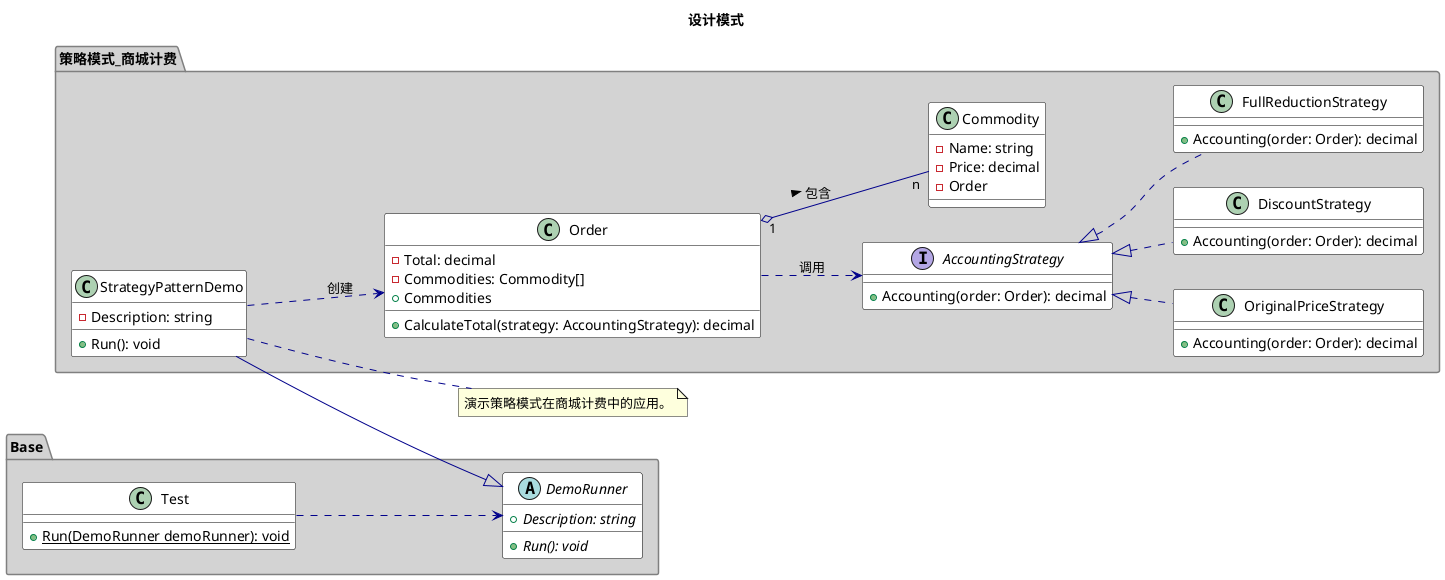
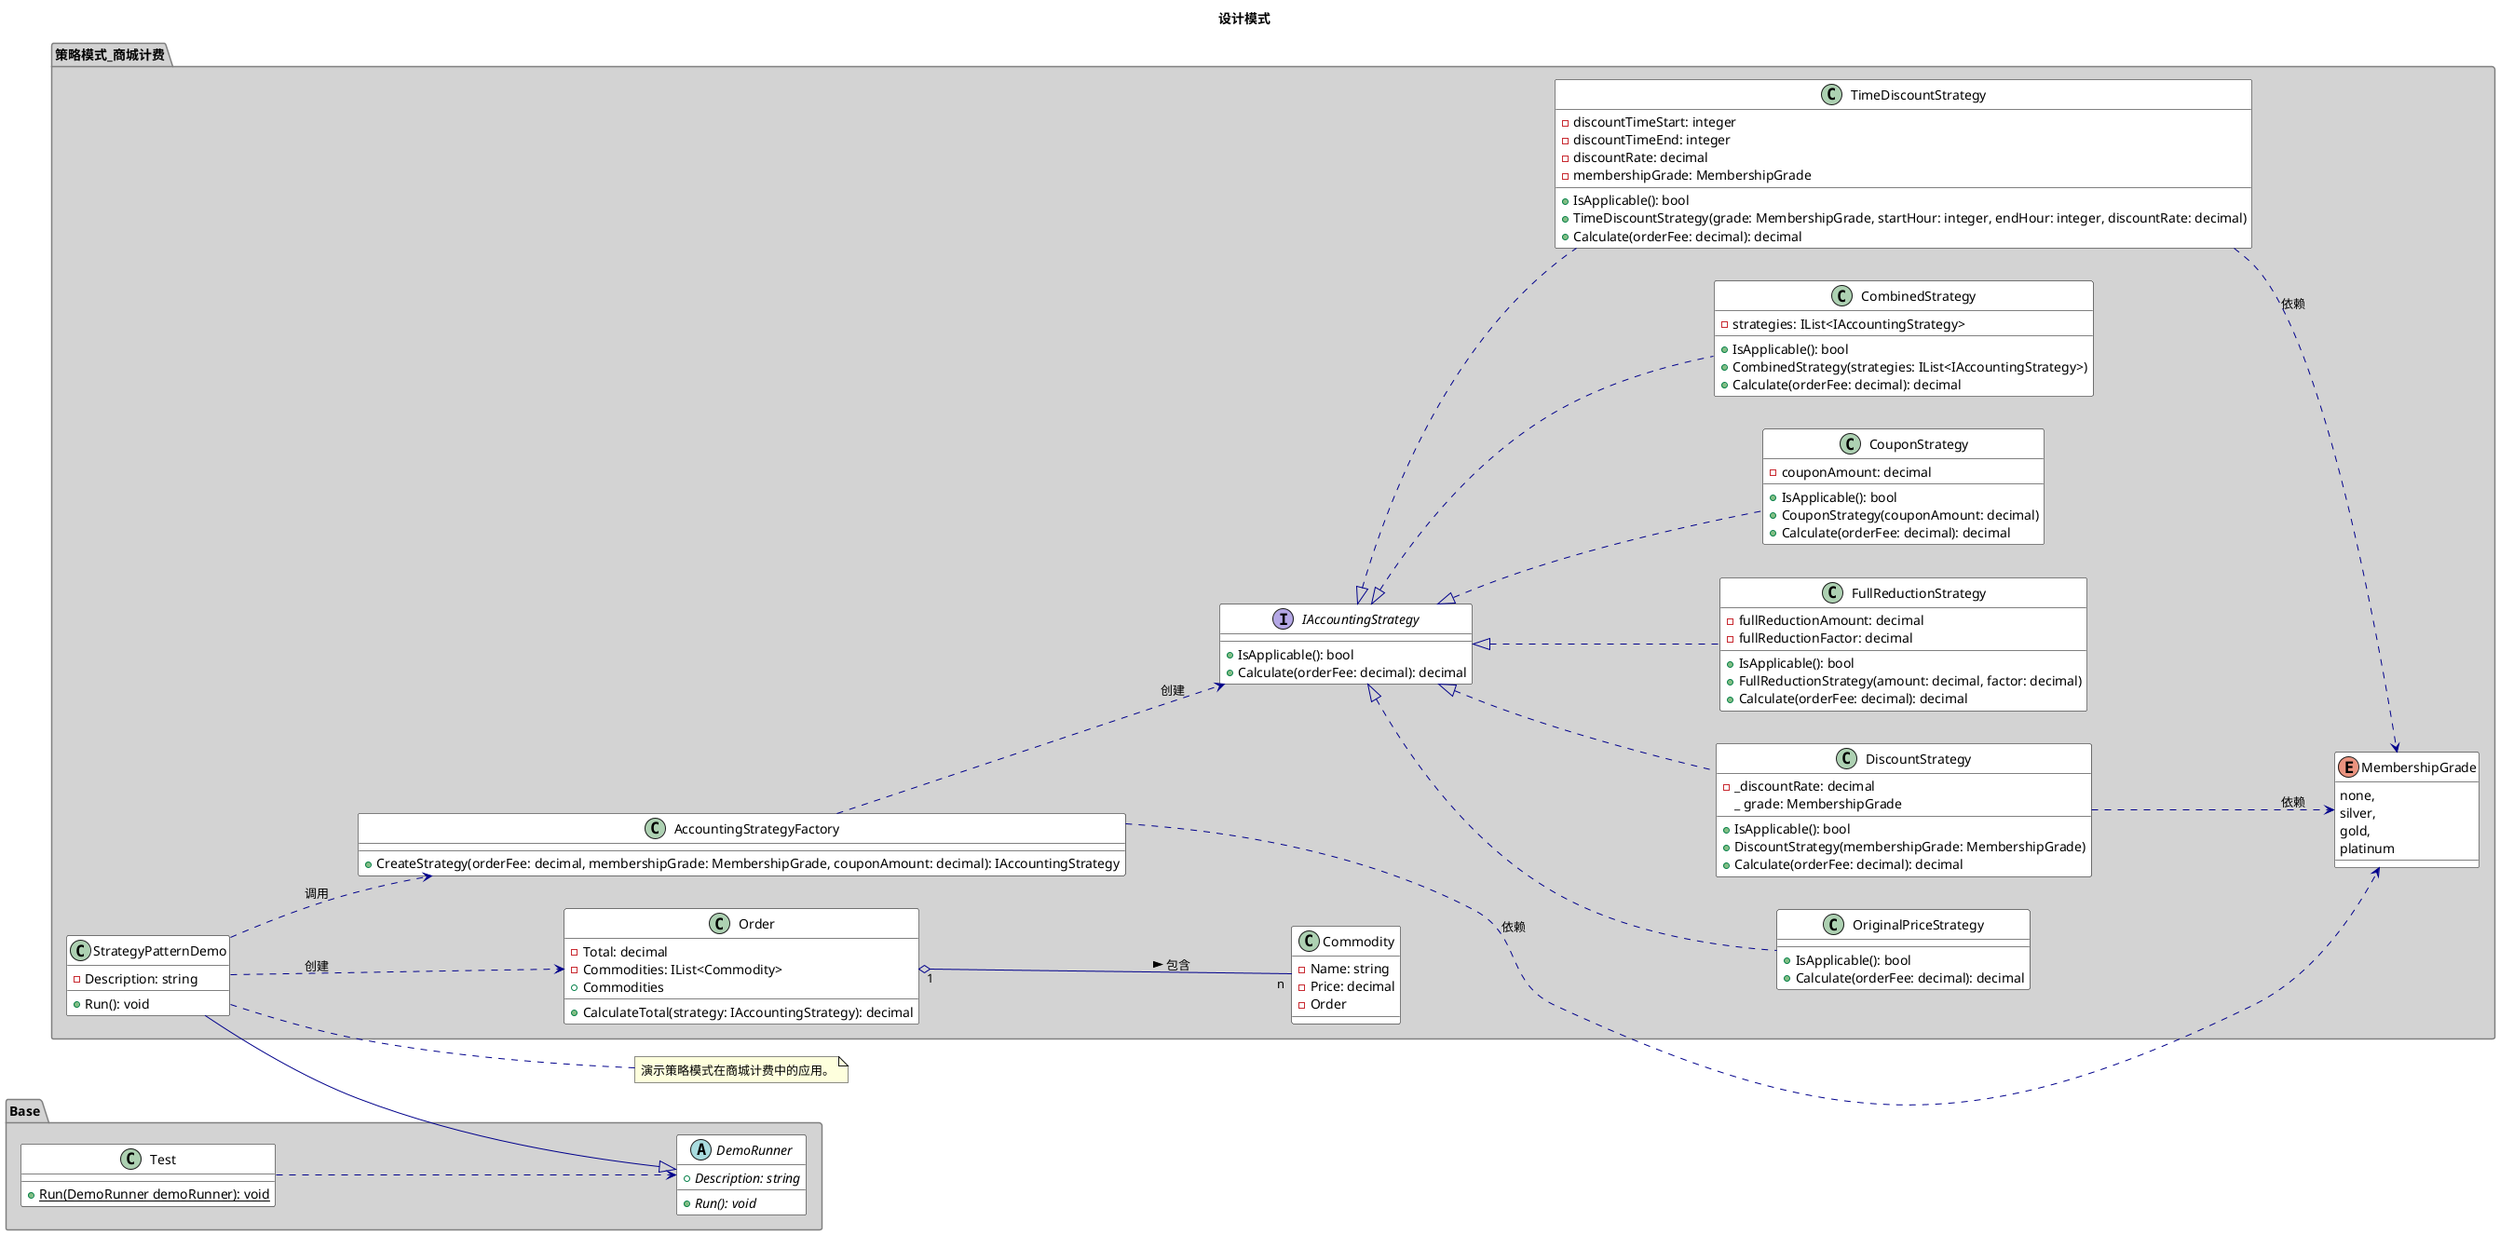
@startuml dd
' ===== 样式与布局 =====
title 设计模式
left to right direction

skinparam class {
    BackgroundColor White
    BorderColor Black
    ArrowColor DarkBlue
}
skinparam package {
    BackgroundColor LightGray
    BorderColor Gray
    FontColor Black
}
skinparam interface {
    BackgroundColor PaleGoldenRod
    BorderColor DarkGoldenRod
}


' ===== 基础包 =====
package "Base" {
    abstract class DemoRunner {
        + {abstract} Description: string
        + {abstract} Run(): void
    }

    class Test {
        + {static} Run(DemoRunner demoRunner): void
    }
}

+ ' 静态方法的依赖
+ Test ..> DemoRunner
+ 
' ===== 策略模式包 =====
package "策略模式_商城计费" {
    ' 策略接口
-     interface AccountingStrategy {
-         + Accounting(order: Order): decimal
+     enum MembershipGrade
+     {
+         none,
+         silver,
+         gold,
+         platinum
+     }
+ 
+     interface IAccountingStrategy {
+         + IsApplicable(): bool
+         + Calculate(orderFee: decimal): decimal
    }

    ' 具体策略
    class OriginalPriceStrategy {
-         + Accounting(order: Order): decimal
+         + IsApplicable(): bool
+         + Calculate(orderFee: decimal): decimal
    }

    class DiscountStrategy {
-         + Accounting(order: Order): decimal
+         - _discountRate: decimal
+         _ grade: MembershipGrade
+         + IsApplicable(): bool
+         + DiscountStrategy(membershipGrade: MembershipGrade)
+         + Calculate(orderFee: decimal): decimal
    }

    class FullReductionStrategy {
-         + Accounting(order: Order): decimal
+         - fullReductionAmount: decimal
+         - fullReductionFactor: decimal
+         + IsApplicable(): bool
+         + FullReductionStrategy(amount: decimal, factor: decimal)
+         + Calculate(orderFee: decimal): decimal
+     }
+ 
+     class CouponStrategy {
+         - couponAmount: decimal
+         + IsApplicable(): bool
+         + CouponStrategy(couponAmount: decimal)
+         + Calculate(orderFee: decimal): decimal
+     }
+ 
+     class CombinedStrategy {
+         - strategies: IList<IAccountingStrategy>
+         + IsApplicable(): bool
+         + CombinedStrategy(strategies: IList<IAccountingStrategy>)
+         + Calculate(orderFee: decimal): decimal
+     }
+ 
+     class TimeDiscountStrategy {
+         - discountTimeStart: integer
+         - discountTimeEnd: integer
+         - discountRate: decimal
+         - membershipGrade: MembershipGrade
+         + IsApplicable(): bool
+         + TimeDiscountStrategy(grade: MembershipGrade, startHour: integer, endHour: integer, discountRate: decimal)
+         + Calculate(orderFee: decimal): decimal
    }

    ' 订单与商品
    class Order {
        - Total: decimal
-         - Commodities: Commodity[]
-         + CalculateTotal(strategy: AccountingStrategy): decimal
+         - Commodities: IList<Commodity>
+         + CalculateTotal(strategy: IAccountingStrategy): decimal
    }

    class Commodity {
        - Name: string
        - Price: decimal
    }

    ' 演示类
    class StrategyPatternDemo {
        - Description: string
        + Run(): void
    }
+ 
+     ' 工厂类
+     class AccountingStrategyFactory {
+         + CreateStrategy(orderFee: decimal, membershipGrade: MembershipGrade, couponAmount: decimal): IAccountingStrategy
+     }
}

- ' ===== 关系定义 =====
+ ' ===== 策略模式关系定义 =====
' 聚合关系
Order "1" o-- "n" Commodity : 包含 >
' 关联端角色（可选，用于明确双向关系）
Order : +Commodities
Commodity : -Order

' 策略接口实现
- AccountingStrategy <|.. OriginalPriceStrategy
- AccountingStrategy <|.. DiscountStrategy
- AccountingStrategy <|.. FullReductionStrategy
+ IAccountingStrategy <|.. OriginalPriceStrategy
+ IAccountingStrategy <|.. DiscountStrategy
+ IAccountingStrategy <|.. FullReductionStrategy
+ IAccountingStrategy <|.. CouponStrategy
+ IAccountingStrategy <|.. CombinedStrategy
+ IAccountingStrategy <|.. TimeDiscountStrategy

' 继承与依赖
StrategyPatternDemo --|> DemoRunner
StrategyPatternDemo ..> Order : 创建
- Order ..> AccountingStrategy : 调用
- 
- ' 静态方法的依赖
- Test ..> DemoRunner
+ StrategyPatternDemo ..> AccountingStrategyFactory : 调用
+ AccountingStrategyFactory ..> IAccountingStrategy : 创建
+ DiscountStrategy ..> MembershipGrade : 依赖
+ TimeDiscountStrategy ..> MembershipGrade : 依赖
+ AccountingStrategyFactory ..> MembershipGrade : 依赖

' ===== 说明注释 =====
note right of StrategyPatternDemo
    演示策略模式在商城计费中的应用。
end note
+ 
+ 
+ 
+ 
+ 
+ 
@enduml